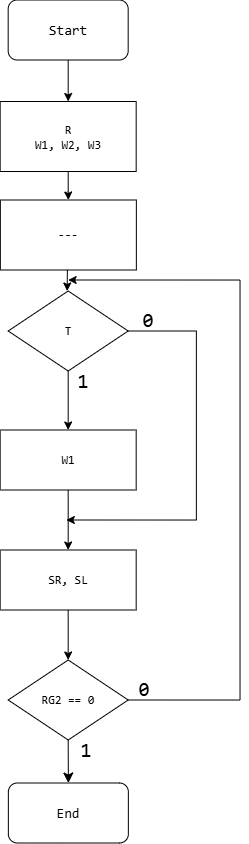
Before: semestr4/CA1 (Computer Architecture Part 1)/labs/lab1/media/png files/alg1.png, a diagram exported from draw.io (davidchyk/university_roadmap). Source tidied: cells renumbered, new cells last; positions are measured from the earlier drawing's top-left corner, leaving out a move shared by most shapes.
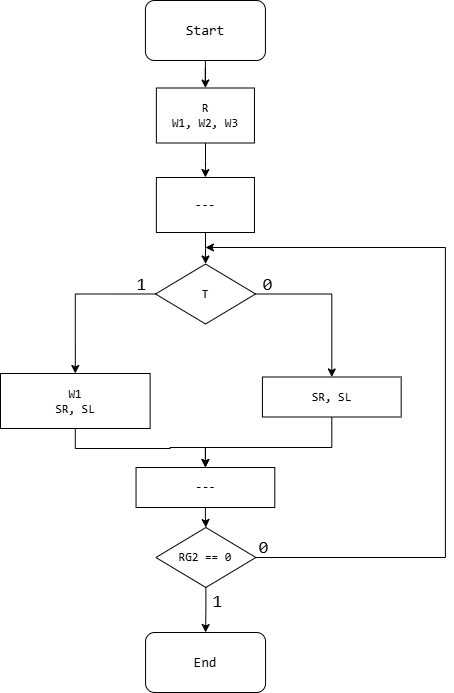
After the change.

The edit, as a diff of the source:
```diff
@@ -2,88 +2,86 @@
   <root>
     <mxCell id="0" />
     <mxCell id="1" parent="0" />
+    <mxCell id="25" style="edgeStyle=orthogonalEdgeStyle;rounded=0;jettySize=auto;html=1;entryX=0.5;entryY=0;entryDx=0;entryDy=0;" parent="1" edge="1" source="4" target="37">
+      <mxGeometry relative="1" as="geometry" />
+    </mxCell>
+    <mxCell id="4" value="&lt;font face=&quot;Consolas&quot;&gt;R&lt;/font&gt;&lt;div&gt;&lt;font face=&quot;Consolas&quot;&gt;W1, W2, W3&lt;/font&gt;&lt;/div&gt;" style="rounded=0;whiteSpace=wrap;html=1;" parent="1" vertex="1">
+      <mxGeometry x="25.9" y="177.5" width="98.1" height="55" as="geometry" />
+    </mxCell>
+    <mxCell id="26" style="edgeStyle=orthogonalEdgeStyle;rounded=0;jettySize=auto;html=1;entryX=0.5;entryY=0;entryDx=0;entryDy=0;" parent="1" edge="1" source="7" target="29">
+      <mxGeometry relative="1" as="geometry" />
+    </mxCell>
+    <mxCell id="27" style="edgeStyle=orthogonalEdgeStyle;rounded=0;jettySize=auto;html=1;exitX=1;exitY=0.5;exitDx=0;exitDy=0;entryX=0.5;entryY=0;entryDx=0;entryDy=0;" parent="1" edge="1" source="7" target="16">
+      <mxGeometry relative="1" as="geometry" />
+    </mxCell>
+    <mxCell id="7" value="&lt;span style=&quot;font-family: Consolas;&quot;&gt;T&lt;/span&gt;" style="rhombus;whiteSpace=wrap;html=1;" parent="1" vertex="1">
+      <mxGeometry x="25.1" y="353.5" width="100" height="60" as="geometry" />
+    </mxCell>
+    <mxCell id="28" style="edgeStyle=orthogonalEdgeStyle;rounded=0;jettySize=auto;html=1;entryX=0.5;entryY=0;entryDx=0;entryDy=0;" parent="1" edge="1" source="29" target="39">
+      <mxGeometry relative="1" as="geometry" />
+    </mxCell>
+    <mxCell id="29" value="&lt;span style=&quot;font-family: Consolas;&quot;&gt;W1&lt;br&gt;SR, SL&lt;/span&gt;" style="rounded=0;whiteSpace=wrap;html=1;" parent="1" vertex="1">
+      <mxGeometry x="-130" y="463" width="149.6" height="55" as="geometry" />
+    </mxCell>
+    <mxCell id="17" style="edgeStyle=orthogonalEdgeStyle;rounded=0;jettySize=auto;html=1;entryX=0.5;entryY=0;entryDx=0;entryDy=0;" parent="1" edge="1" source="19" target="22">
+      <mxGeometry relative="1" as="geometry" />
+    </mxCell>
+    <mxCell id="30" style="edgeStyle=orthogonalEdgeStyle;rounded=0;orthogonalLoop=1;jettySize=auto;html=1;exitX=1;exitY=0.5;exitDx=0;exitDy=0;" parent="1" edge="1">
+      <mxGeometry relative="1" as="geometry">
+        <mxPoint x="122.4" y="647" as="sourcePoint" />
+        <mxPoint x="74.9" y="337" as="targetPoint" />
+        <Array as="points">
+          <mxPoint x="314.9" y="647" />
+          <mxPoint x="314.9" y="337" />
+        </Array>
+      </mxGeometry>
+    </mxCell>
+    <mxCell id="19" value="&lt;font face=&quot;Consolas&quot;&gt;RG2 == 0&lt;/font&gt;" style="rhombus;whiteSpace=wrap;html=1;" parent="1" vertex="1">
+      <mxGeometry x="25.4" y="617" width="100" height="60" as="geometry" />
+    </mxCell>
+    <mxCell id="31" value="&lt;font style=&quot;font-size: 18px;&quot; face=&quot;Consolas&quot;&gt;0&lt;/font&gt;" style="text;html=1;align=center;verticalAlign=middle;strokeColor=none;fillColor=none;" parent="1" vertex="1">
+      <mxGeometry x="117.9" y="617" width="30" height="40" as="geometry" />
+    </mxCell>
+    <mxCell id="32" value="&lt;font style=&quot;font-size: 18px;&quot; face=&quot;Consolas&quot;&gt;1&lt;/font&gt;" style="text;html=1;align=center;verticalAlign=middle;strokeColor=none;fillColor=none;" parent="1" vertex="1">
+      <mxGeometry x="72.3" y="670.5" width="30" height="40" as="geometry" />
+    </mxCell>
+    <mxCell id="33" value="&lt;font style=&quot;font-size: 18px;&quot; face=&quot;Consolas&quot;&gt;0&lt;/font&gt;" style="text;html=1;align=center;verticalAlign=middle;strokeColor=none;fillColor=none;" parent="1" vertex="1">
+      <mxGeometry x="122.2" y="353.5" width="30" height="40" as="geometry" />
+    </mxCell>
+    <mxCell id="34" value="&lt;font style=&quot;font-size: 18px;&quot; face=&quot;Consolas&quot;&gt;1&lt;/font&gt;" style="text;html=1;align=center;verticalAlign=middle;strokeColor=none;fillColor=none;" parent="1" vertex="1">
+      <mxGeometry x="-4.1" y="353.5" width="30" height="40" as="geometry" />
+    </mxCell>
-    <mxCell id="2" style="edgeStyle=orthogonalEdgeStyle;rounded=0;jettySize=auto;html=1;exitX=0.5;exitY=1;exitDx=0;exitDy=0;entryX=0.5;entryY=0;entryDx=0;entryDy=0;" parent="1" edge="1" source="21" target="4">
+    <mxCell id="2" style="edgeStyle=orthogonalEdgeStyle;rounded=0;jettySize=auto;html=1;entryX=0.5;entryY=0;entryDx=0;entryDy=0;" parent="1" edge="1" source="21" target="4">
       <mxGeometry relative="1" as="geometry" />
     </mxCell>
-    <mxCell id="3" style="edgeStyle=orthogonalEdgeStyle;rounded=0;jettySize=auto;html=1;entryX=0.5;entryY=0;entryDx=0;entryDy=0;" parent="1" edge="1" source="4" target="24">
-      <mxGeometry relative="1" as="geometry" />
-    </mxCell>
-    <mxCell id="4" value="&lt;font face=&quot;Consolas&quot;&gt;R&lt;/font&gt;&lt;div&gt;&lt;font face=&quot;Consolas&quot;&gt;W1, W2, W3&lt;/font&gt;&lt;/div&gt;" style="rounded=0;whiteSpace=wrap;html=1;" parent="1" vertex="1">
-      <mxGeometry x="0.2" y="101.5" width="136" height="70" as="geometry" />
-    </mxCell>
-    <mxCell id="5" style="edgeStyle=orthogonalEdgeStyle;rounded=0;jettySize=auto;html=1;exitX=0.5;exitY=1;exitDx=0;exitDy=0;entryX=0.5;entryY=0;entryDx=0;entryDy=0;" parent="1" edge="1" source="7" target="9">
-      <mxGeometry relative="1" as="geometry" />
-    </mxCell>
-    <mxCell id="6" style="edgeStyle=orthogonalEdgeStyle;rounded=0;jettySize=auto;html=1;exitX=1;exitY=0.5;exitDx=0;exitDy=0;" parent="1" edge="1" source="7">
-      <mxGeometry relative="1" as="geometry">
-        <mxPoint x="66.4" y="520" as="targetPoint" />
-        <Array as="points">
-          <mxPoint x="196.4" y="330" />
-        </Array>
-      </mxGeometry>
-    </mxCell>
-    <mxCell id="7" value="&lt;font face=&quot;Consolas&quot;&gt;T&lt;/font&gt;" style="rhombus;whiteSpace=wrap;html=1;" parent="1" vertex="1">
-      <mxGeometry x="8.2" y="291" width="120" height="80" as="geometry" />
-    </mxCell>
-    <mxCell id="8" style="edgeStyle=orthogonalEdgeStyle;rounded=0;jettySize=auto;html=1;exitX=0.5;exitY=1;exitDx=0;exitDy=0;entryX=0.5;entryY=0;entryDx=0;entryDy=0;" parent="1" edge="1" source="9" target="16">
-      <mxGeometry relative="1" as="geometry" />
-    </mxCell>
-    <mxCell id="9" value="&lt;div&gt;&lt;div&gt;&lt;font face=&quot;Consolas&quot;&gt;W1&lt;/font&gt;&lt;/div&gt;&lt;/div&gt;" style="rounded=0;whiteSpace=wrap;html=1;" parent="1" vertex="1">
-      <mxGeometry x="0.2" y="430" width="136" height="60" as="geometry" />
-    </mxCell>
-    <mxCell id="10" value="&lt;font face=&quot;Consolas&quot;&gt;0&lt;/font&gt;" style="text;html=1;strokeColor=none;fillColor=none;align=center;verticalAlign=middle;whiteSpace=wrap;rounded=0;fontSize=20;" parent="1" vertex="1">
-      <mxGeometry x="124.2" y="678.5" width="40" height="20" as="geometry" />
-    </mxCell>
-    <mxCell id="11" value="&lt;font face=&quot;Consolas&quot;&gt;1&lt;/font&gt;" style="text;html=1;strokeColor=none;fillColor=none;align=center;verticalAlign=middle;whiteSpace=wrap;rounded=0;fontSize=20;" parent="1" vertex="1">
-      <mxGeometry x="65.8" y="740" width="40" height="20" as="geometry" />
-    </mxCell>
-    <mxCell id="12" value="&lt;font face=&quot;Consolas&quot;&gt;0&lt;/font&gt;" style="text;html=1;strokeColor=none;fillColor=none;align=center;verticalAlign=middle;whiteSpace=wrap;rounded=0;fontSize=20;" parent="1" vertex="1">
-      <mxGeometry x="128.2" y="310" width="40" height="20" as="geometry" />
-    </mxCell>
-    <mxCell id="13" style="edgeStyle=orthogonalEdgeStyle;rounded=0;orthogonalLoop=1;jettySize=auto;html=1;exitX=0.5;exitY=1;exitDx=0;exitDy=0;fontSize=20;" parent="1" edge="1" source="11" target="11">
-      <mxGeometry relative="1" as="geometry" />
-    </mxCell>
-    <mxCell id="14" value="&lt;font face=&quot;Consolas&quot;&gt;1&lt;/font&gt;" style="text;html=1;strokeColor=none;fillColor=none;align=center;verticalAlign=middle;whiteSpace=wrap;rounded=0;fontSize=20;" parent="1" vertex="1">
-      <mxGeometry x="63.2" y="371" width="40" height="20" as="geometry" />
-    </mxCell>
-    <mxCell id="15" style="edgeStyle=orthogonalEdgeStyle;rounded=0;jettySize=auto;html=1;exitX=0.5;exitY=1;exitDx=0;exitDy=0;entryX=0.5;entryY=0;entryDx=0;entryDy=0;" parent="1" edge="1" source="16" target="19">
-      <mxGeometry relative="1" as="geometry" />
-    </mxCell>
-    <mxCell id="16" value="&lt;div&gt;&lt;div&gt;&lt;font face=&quot;Consolas&quot;&gt;SR, SL&lt;/font&gt;&lt;/div&gt;&lt;/div&gt;" style="rounded=0;whiteSpace=wrap;html=1;" parent="1" vertex="1">
-      <mxGeometry x="0.2" y="550" width="136" height="60" as="geometry" />
-    </mxCell>
-    <mxCell id="17" style="edgeStyle=none;curved=1;rounded=0;jettySize=auto;html=1;exitX=0.5;exitY=1;exitDx=0;exitDy=0;fontSize=12;startSize=8;endSize=8;entryX=0.5;entryY=0;entryDx=0;entryDy=0;" parent="1" edge="1" source="19" target="22">
-      <mxGeometry relative="1" as="geometry" />
-    </mxCell>
-    <mxCell id="18" style="edgeStyle=orthogonalEdgeStyle;rounded=0;jettySize=auto;html=1;exitX=1;exitY=0.5;exitDx=0;exitDy=0;" parent="1" edge="1" source="19">
-      <mxGeometry relative="1" as="geometry">
-        <mxPoint x="68.2" y="280" as="targetPoint" />
-        <Array as="points">
-          <mxPoint x="240" y="700" />
-          <mxPoint x="240" y="280" />
-        </Array>
-      </mxGeometry>
-    </mxCell>
-    <mxCell id="19" value="&lt;font face=&quot;Consolas&quot;&gt;RG2 == 0&lt;/font&gt;" style="rhombus;whiteSpace=wrap;html=1;" parent="1" vertex="1">
-      <mxGeometry x="8.2" y="660" width="120" height="80" as="geometry" />
-    </mxCell>
-    <mxCell id="20" style="edgeStyle=none;curved=1;rounded=0;orthogonalLoop=1;jettySize=auto;html=1;exitX=0.5;exitY=0;exitDx=0;exitDy=0;fontSize=12;startSize=8;endSize=8;" parent="1" edge="1" source="10" target="10">
-      <mxGeometry relative="1" as="geometry" />
-    </mxCell>
     <mxCell id="21" value="&lt;span style=&quot;font-size: 14px;&quot;&gt;&lt;font face=&quot;Consolas&quot;&gt;Start&lt;/font&gt;&lt;/span&gt;" style="rounded=1;whiteSpace=wrap;html=1;" parent="1" vertex="1">
-      <mxGeometry x="8.2" width="120" height="60" as="geometry" />
+      <mxGeometry x="14.9" y="90" width="120" height="60" as="geometry" />
     </mxCell>
     <mxCell id="22" value="&lt;span style=&quot;font-size: 14px;&quot;&gt;&lt;font face=&quot;Consolas&quot;&gt;End&lt;/font&gt;&lt;/span&gt;" style="rounded=1;whiteSpace=wrap;html=1;" parent="1" vertex="1">
-      <mxGeometry x="8.4" y="783" width="120" height="60" as="geometry" />
+      <mxGeometry x="15.1" y="722" width="120" height="60" as="geometry" />
     </mxCell>
-    <mxCell id="23" style="edgeStyle=orthogonalEdgeStyle;rounded=0;orthogonalLoop=1;jettySize=auto;html=1;entryX=0.5;entryY=0;entryDx=0;entryDy=0;" parent="1" edge="1">
-      <mxGeometry relative="1" as="geometry">
-        <mxPoint x="67.4" y="270" as="sourcePoint" />
-        <mxPoint x="67.2" y="291" as="targetPoint" />
-      </mxGeometry>
-    </mxCell>
-    <mxCell id="24" value="&lt;font face=&quot;Consolas&quot;&gt;---&lt;/font&gt;" style="rounded=0;whiteSpace=wrap;html=1;" parent="1" vertex="1">
-      <mxGeometry x="0.4" y="200" width="136" height="70" as="geometry" />
-    </mxCell>
+    <mxCell id="35" style="edgeStyle=orthogonalEdgeStyle;rounded=0;jettySize=auto;html=1;entryX=0.5;entryY=0;entryDx=0;entryDy=0;" parent="1" edge="1" source="16" target="39">
+      <mxGeometry relative="1" as="geometry">
+        <Array as="points">
+          <mxPoint x="200.9" y="537" />
+          <mxPoint x="74.9" y="537" />
+        </Array>
+      </mxGeometry>
+    </mxCell>
+    <mxCell id="16" value="&lt;font face=&quot;Consolas&quot;&gt;SR, SL&lt;/font&gt;" style="rounded=0;whiteSpace=wrap;html=1;" parent="1" vertex="1">
+      <mxGeometry x="131.9" y="466.5" width="138.8" height="40" as="geometry" />
+    </mxCell>
+    <mxCell id="36" style="edgeStyle=orthogonalEdgeStyle;rounded=0;jettySize=auto;html=1;entryX=0.5;entryY=0;entryDx=0;entryDy=0;" parent="1" edge="1" source="37" target="7">
+      <mxGeometry relative="1" as="geometry" />
+    </mxCell>
+    <mxCell id="37" value="&lt;font face=&quot;Consolas&quot;&gt;---&lt;/font&gt;" style="rounded=0;whiteSpace=wrap;html=1;" parent="1" vertex="1">
+      <mxGeometry x="25.9" y="267" width="98.1" height="55" as="geometry" />
+    </mxCell>
+    <mxCell id="38" style="edgeStyle=orthogonalEdgeStyle;rounded=0;jettySize=auto;html=1;entryX=0.5;entryY=0;entryDx=0;entryDy=0;" parent="1" edge="1" source="39" target="19">
+      <mxGeometry relative="1" as="geometry" />
+    </mxCell>
+    <mxCell id="39" value="&lt;font face=&quot;Consolas&quot;&gt;---&lt;/font&gt;" style="rounded=0;whiteSpace=wrap;html=1;" parent="1" vertex="1">
+      <mxGeometry x="5.5" y="557" width="138.8" height="40" as="geometry" />
+    </mxCell>
   </root>
 </mxGraphModel>
```
